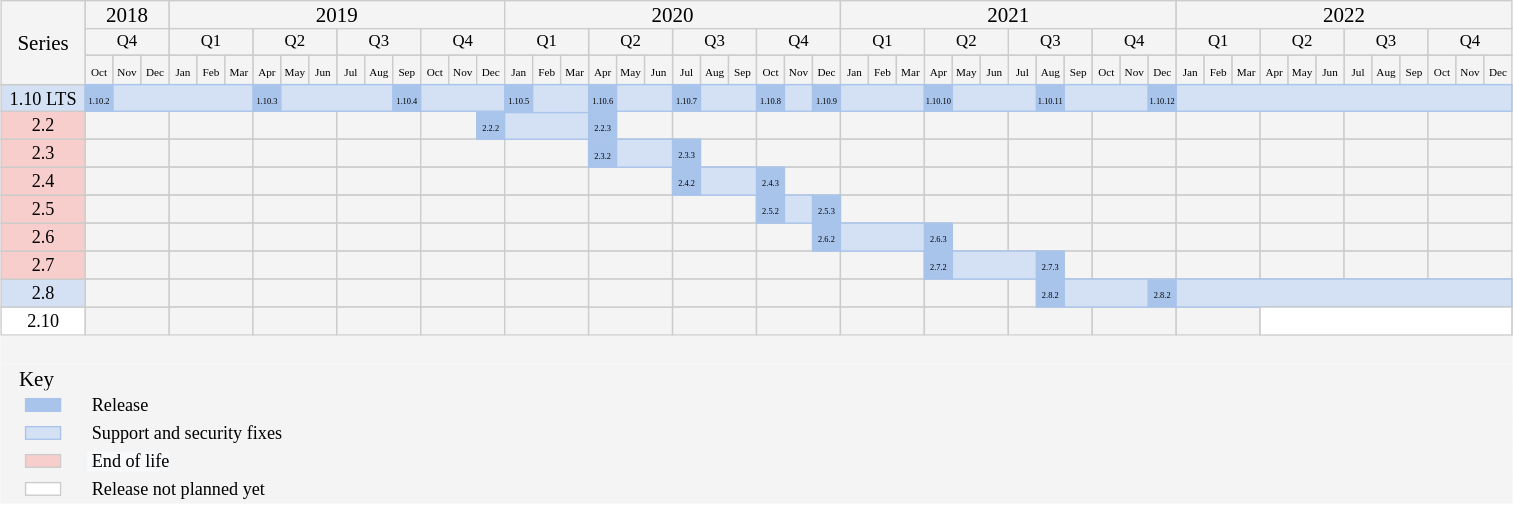
Earlier version of the draw.io export doc/release/releases_calendar.svg (tarantool/doc). Source tidied: cells renumbered, new cells last; positions are measured from the earlier drawing's top-left corner, leaving out a move shared by most shapes.
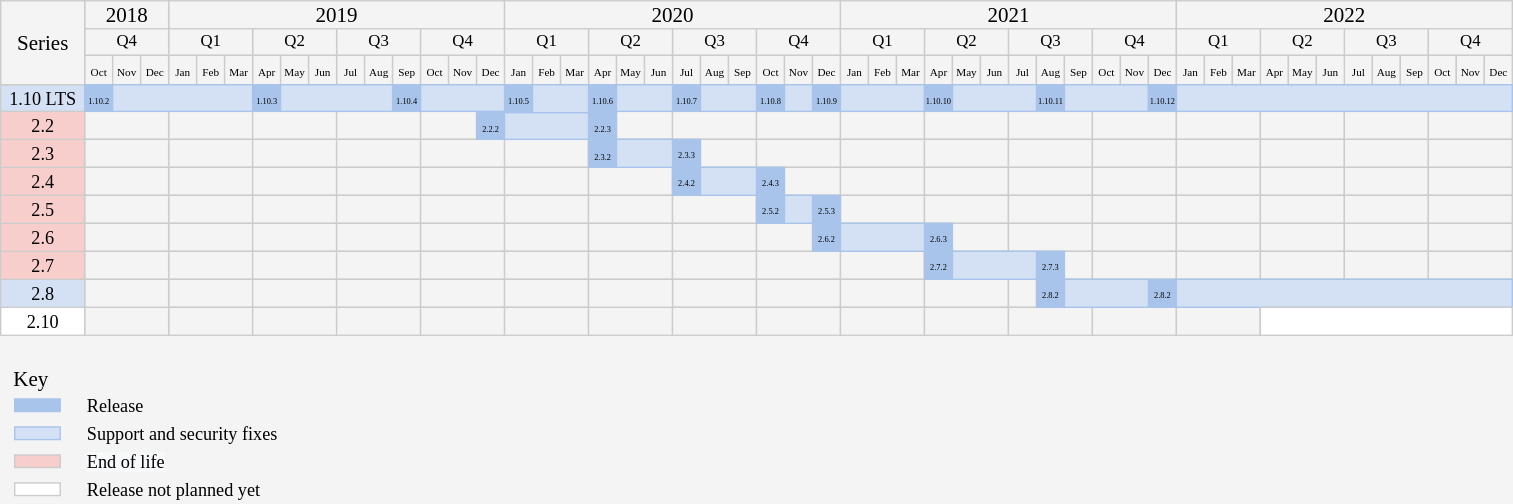
The same file after the commit.

Commit message:
Updated the "Key" part of the diagram

Fixes #1025

Diff of the diagram source:
```diff
@@ -848,19 +848,16 @@
     <mxCell id="283" style="align=left;strokeColor=#F4F4F4;html=1;fillColor=#F4F4F4;" parent="1" vertex="1">
       <mxGeometry y="240" width="1080" height="19" as="geometry" />
     </mxCell>
-    <mxCell id="284" value="&lt;font style=&quot;font-size: 15px&quot; face=&quot;VK Sans Text&quot;&gt;&amp;nbsp; &amp;nbsp;Key&lt;/font&gt;" style="align=left;strokeColor=#F4F4F4;html=1;fillColor=#F4F4F4;" parent="1" vertex="1">
-      <mxGeometry y="260" width="1080" height="19" as="geometry" />
-    </mxCell>
-    <mxCell id="285" value="&lt;font style=&quot;font-size: 13px&quot; face=&quot;VK Sans Text&quot;&gt;&amp;nbsp;Release&lt;/font&gt;" style="align=left;strokeColor=#F4F4F4;html=1;fillColor=#F4F4F4;" parent="1" vertex="1">
+    <mxCell id="285" value="&lt;font style=&quot;font-size: 13px&quot; face=&quot;VK Sans Text&quot;&gt;Release&lt;/font&gt;" style="align=left;strokeColor=#F4F4F4;html=1;fillColor=#F4F4F4;" parent="1" vertex="1">
       <mxGeometry x="60" y="279" width="1020" height="20" as="geometry" />
     </mxCell>
-    <mxCell id="286" value="&lt;font face=&quot;VK Sans Text&quot; style=&quot;font-size: 13px&quot;&gt;&amp;nbsp;Support and security fixes&lt;/font&gt;" style="align=left;strokeColor=#F4F4F4;html=1;fillColor=#F4F4F4;" parent="1" vertex="1">
+    <mxCell id="286" value="&lt;font face=&quot;VK Sans Text&quot; style=&quot;font-size: 13px&quot;&gt;Support and security fixes&lt;/font&gt;" style="align=left;strokeColor=#F4F4F4;html=1;fillColor=#F4F4F4;" parent="1" vertex="1">
       <mxGeometry x="60" y="299" width="1020" height="20" as="geometry" />
     </mxCell>
-    <mxCell id="287" value="&lt;span style=&quot;color: rgb(0 , 0 , 0) ; font-style: normal ; font-weight: 400 ; letter-spacing: normal ; text-align: left ; text-indent: 0px ; text-transform: none ; word-spacing: 0px ; background-color: rgb(248 , 249 , 250) ; display: inline ; float: none&quot;&gt;&lt;font face=&quot;VK Sans Text&quot; style=&quot;font-size: 13px&quot;&gt;&amp;nbsp;End of life&lt;/font&gt;&lt;/span&gt;" style="align=left;strokeColor=#F4F4F4;html=1;fillColor=#F4F4F4;" parent="1" vertex="1">
+    <mxCell id="287" value="&lt;span style=&quot;color: rgb(0 , 0 , 0) ; font-style: normal ; font-weight: 400 ; letter-spacing: normal ; text-align: left ; text-indent: 0px ; text-transform: none ; word-spacing: 0px ; background-color: rgb(248 , 249 , 250) ; display: inline ; float: none&quot;&gt;&lt;font face=&quot;VK Sans Text&quot; style=&quot;font-size: 13px&quot;&gt;End of life&lt;/font&gt;&lt;/span&gt;" style="align=left;strokeColor=#F4F4F4;html=1;fillColor=#F4F4F4;" parent="1" vertex="1">
       <mxGeometry x="60" y="319" width="1020" height="20" as="geometry" />
     </mxCell>
-    <mxCell id="288" value="&lt;font face=&quot;VK Sans Text&quot; style=&quot;font-size: 13px&quot;&gt;&amp;nbsp;Release not planned yet&lt;/font&gt;" style="align=left;strokeColor=#F4F4F4;html=1;fillColor=#F4F4F4;" parent="1" vertex="1">
+    <mxCell id="288" value="&lt;font face=&quot;VK Sans Text&quot; style=&quot;font-size: 13px&quot;&gt;Release not planned yet&lt;/font&gt;" style="align=left;strokeColor=#F4F4F4;html=1;fillColor=#F4F4F4;" parent="1" vertex="1">
       <mxGeometry x="60" y="339" width="1020" height="20" as="geometry" />
     </mxCell>
     <mxCell id="289" style="align=left;strokeColor=#F4F4F4;html=1;fillColor=#F4F4F4;" parent="1" vertex="1">
@@ -876,16 +873,19 @@
       <mxGeometry y="339" width="60" height="20" as="geometry" />
     </mxCell>
     <mxCell id="293" style="align=center;strokeColor=#A9C4EB;html=1;fillColor=#A9C4EB;" parent="1" vertex="1">
-      <mxGeometry x="17.5" y="284.5" width="25" height="9" as="geometry" />
+      <mxGeometry x="10" y="284.5" width="32.5" height="9" as="geometry" />
     </mxCell>
     <mxCell id="294" style="align=center;strokeColor=#A9C4EB;html=1;fillColor=#D4E1F5;" parent="1" vertex="1">
-      <mxGeometry x="17.5" y="304.5" width="25" height="9" as="geometry" />
+      <mxGeometry x="10" y="304.5" width="32.5" height="9" as="geometry" />
     </mxCell>
     <mxCell id="295" style="align=center;strokeColor=#CCCCCC;html=1;fillColor=#f8cecc;" parent="1" vertex="1">
-      <mxGeometry x="17.5" y="324.5" width="25" height="9" as="geometry" />
+      <mxGeometry x="10" y="324.5" width="32.5" height="9" as="geometry" />
     </mxCell>
     <mxCell id="296" style="align=center;html=1;strokeColor=#CCCCCC;" parent="1" vertex="1">
-      <mxGeometry x="17.5" y="344.5" width="25" height="9" as="geometry" />
+      <mxGeometry x="10" y="344.5" width="32.5" height="9" as="geometry" />
     </mxCell>
+    <mxCell id="284" value="&lt;font style=&quot;font-size: 15px&quot; face=&quot;VK Sans Text&quot;&gt;&amp;nbsp; Key&lt;/font&gt;" style="align=left;strokeColor=#F4F4F4;html=1;fillColor=#F4F4F4;" parent="1" vertex="1">
+      <mxGeometry y="260" width="1080" height="19" as="geometry" />
+    </mxCell>
   </root>
 </mxGraphModel>
```
